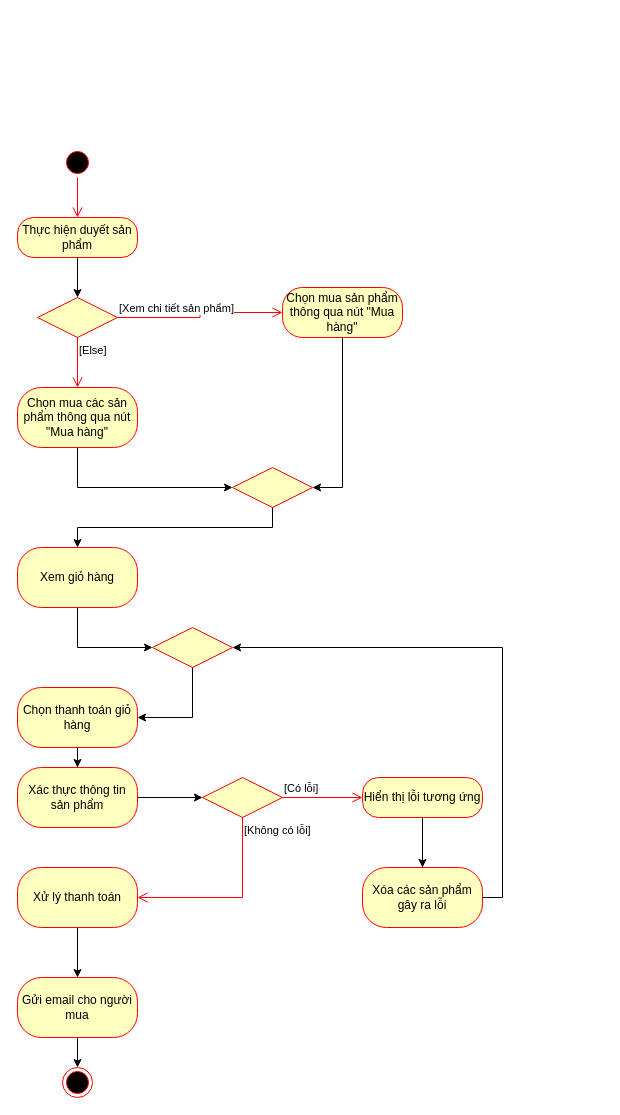
Invilesaniris/KTPM-kiem-thu--2025-2026-HKI keeps this draw.io diagram as BaiTap2/quy trinh mua hang.drawio. Above is the earlier version. Source tidied: cells renumbered, new cells numbered last; positions are measured from the earlier drawing's top-left corner, leaving out a move shared by most shapes. Both pictures are drawn from the tidied source at 100%, with x=0, y=0 at pixel (17, 147).
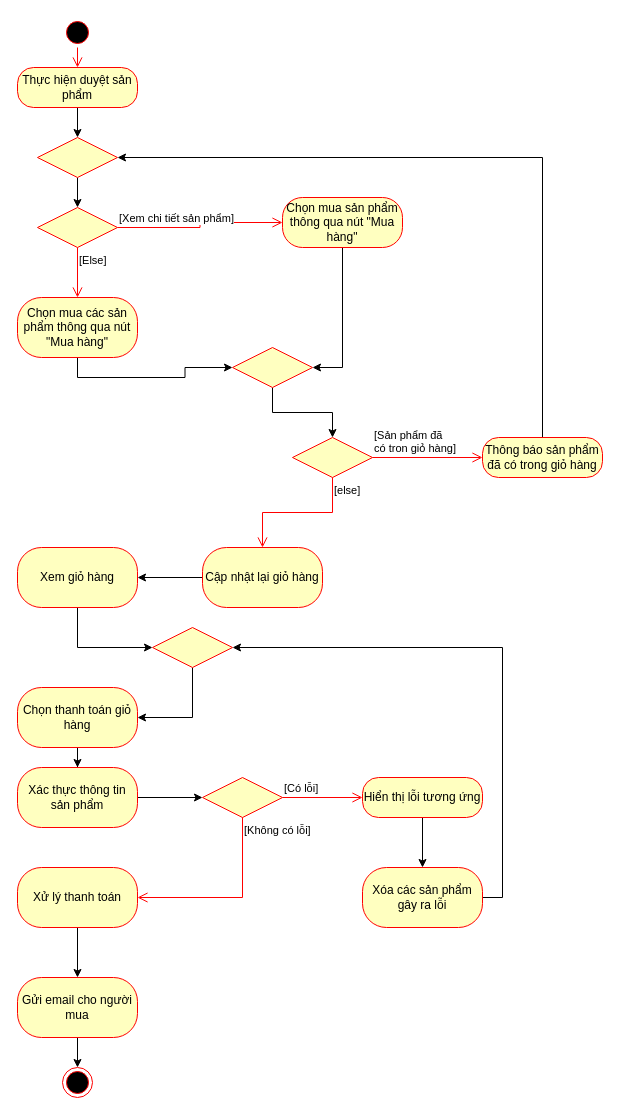
The same page after the edit.

Unchanged cells that the change refers to:
```xml
<mxCell id="9" value="Xem giỏ hàng" style="whiteSpace=wrap;html=1;fillColor=#ffffc0;strokeColor=#ff0000;fontColor=#000000;rounded=1;arcSize=40;" parent="1" vertex="1">
  <mxGeometry y="400" width="120" height="60" as="geometry" />
</mxCell>
```

The edit, as a diff of the source:
```diff
@@
     <mxCell id="2" style="ellipse;html=1;shape=startState;fillColor=#000000;strokeColor=#ff0000;" parent="1" vertex="1">
-      <mxGeometry x="45" width="30" height="30" as="geometry" />
+      <mxGeometry x="45" y="-130" width="30" height="30" as="geometry" />
     </mxCell>
@@
-    <mxCell id="4" style="edgeStyle=orthogonalEdgeStyle;rounded=0;jettySize=auto;html=1;" parent="1" edge="1" source="5" target="12">
+    <mxCell id="4" style="edgeStyle=orthogonalEdgeStyle;rounded=0;jettySize=auto;html=1;" parent="1" edge="1" source="5" target="43">
       <mxGeometry relative="1" as="geometry" />
     </mxCell>
-    <mxCell id="5" value="Thực hiện duyết sản phẩm" style="rounded=1;whiteSpace=wrap;html=1;arcSize=40;fontColor=#000000;fillColor=#ffffc0;strokeColor=#ff0000;" parent="1" vertex="1">
-      <mxGeometry y="70" width="120" height="40" as="geometry" />
+    <mxCell id="5" value="Thực hiện duyệt sản phẩm" style="rounded=1;whiteSpace=wrap;html=1;arcSize=40;fontColor=#000000;fillColor=#ffffc0;strokeColor=#ff0000;" parent="1" vertex="1">
+      <mxGeometry y="-80" width="120" height="40" as="geometry" />
     </mxCell>
@@
     <mxCell id="7" value="Chọn mua các sản phẩm thông qua nút &quot;Mua hàng&quot;" style="whiteSpace=wrap;html=1;fillColor=#ffffc0;strokeColor=#ff0000;fontColor=#000000;rounded=1;arcSize=40;" parent="1" vertex="1">
-      <mxGeometry y="240" width="120" height="60" as="geometry" />
+      <mxGeometry y="150" width="120" height="60" as="geometry" />
     </mxCell>
@@
     <mxCell id="12" style="rhombus;whiteSpace=wrap;html=1;fontColor=#000000;fillColor=#ffffc0;strokeColor=#ff0000;" parent="1" vertex="1">
-      <mxGeometry x="20" y="150" width="80" height="40" as="geometry" />
+      <mxGeometry x="20" y="60" width="80" height="40" as="geometry" />
     </mxCell>
@@
     <mxCell id="16" value="Chọn mua sản phẩm thông qua nút &quot;Mua hàng&quot;" style="rounded=1;whiteSpace=wrap;html=1;arcSize=40;fontColor=#000000;fillColor=#ffffc0;strokeColor=#ff0000;" parent="1" vertex="1">
-      <mxGeometry x="265" y="140" width="120" height="50" as="geometry" />
+      <mxGeometry x="265" y="50" width="120" height="50" as="geometry" />
     </mxCell>
-    <mxCell id="17" style="edgeStyle=orthogonalEdgeStyle;rounded=0;jettySize=auto;html=1;exitX=0.5;exitY=1;exitDx=0;exitDy=0;" parent="1" edge="1" source="18" target="9">
+    <mxCell id="17" style="edgeStyle=orthogonalEdgeStyle;rounded=0;jettySize=auto;html=1;exitX=0.5;exitY=1;exitDx=0;exitDy=0;entryX=0.5;entryY=0;entryDx=0;entryDy=0;" parent="1" edge="1" source="18" target="37">
       <mxGeometry relative="1" as="geometry" />
     </mxCell>
     <mxCell id="18" style="rhombus;whiteSpace=wrap;html=1;fontColor=#000000;fillColor=#ffffc0;strokeColor=#ff0000;" parent="1" vertex="1">
-      <mxGeometry x="215" y="320" width="80" height="40" as="geometry" />
+      <mxGeometry x="215" y="200" width="80" height="40" as="geometry" />
     </mxCell>
@@
+    <mxCell id="35" style="edgeStyle=orthogonalEdgeStyle;rounded=0;jettySize=auto;html=1;exitX=0;exitY=0.5;exitDx=0;exitDy=0;" parent="1" edge="1" source="36" target="9">
+      <mxGeometry relative="1" as="geometry" />
+    </mxCell>
+    <mxCell id="36" value="Cập nhật lại giỏ hàng" style="whiteSpace=wrap;html=1;fillColor=#ffffc0;strokeColor=#ff0000;fontColor=#000000;rounded=1;arcSize=40;" parent="1" vertex="1">
+      <mxGeometry x="185" y="400" width="120" height="60" as="geometry" />
+    </mxCell>
+    <mxCell id="37" style="rhombus;whiteSpace=wrap;html=1;fontColor=#000000;fillColor=#ffffc0;strokeColor=#ff0000;" parent="1" vertex="1">
+      <mxGeometry x="275" y="290" width="80" height="40" as="geometry" />
+    </mxCell>
+    <mxCell id="38" value="[Sản phẩm đã &lt;br&gt;có tron giỏ hàng]" style="edgeStyle=orthogonalEdgeStyle;html=1;align=left;verticalAlign=bottom;endArrow=open;endSize=8;strokeColor=#ff0000;rounded=0;" parent="1" edge="1" source="37" target="41">
+      <mxGeometry x="-1" relative="1" as="geometry" />
+    </mxCell>
+    <mxCell id="39" value="[else]" style="edgeStyle=orthogonalEdgeStyle;html=1;align=left;verticalAlign=top;endArrow=open;endSize=8;strokeColor=#ff0000;rounded=0;" parent="1" edge="1" source="37" target="36">
+      <mxGeometry x="-1" relative="1" as="geometry" />
+    </mxCell>
+    <mxCell id="40" style="edgeStyle=orthogonalEdgeStyle;rounded=0;jettySize=auto;html=1;exitX=0.5;exitY=0;exitDx=0;exitDy=0;entryX=1;entryY=0.5;entryDx=0;entryDy=0;" parent="1" edge="1" source="41" target="43">
+      <mxGeometry relative="1" as="geometry" />
+    </mxCell>
+    <mxCell id="41" value="Thông báo sản phẩm đã có trong giỏ hàng" style="rounded=1;whiteSpace=wrap;html=1;arcSize=40;fontColor=#000000;fillColor=#ffffc0;strokeColor=#ff0000;" parent="1" vertex="1">
+      <mxGeometry x="465" y="290" width="120" height="40" as="geometry" />
+    </mxCell>
+    <mxCell id="42" style="edgeStyle=orthogonalEdgeStyle;rounded=0;jettySize=auto;html=1;" parent="1" edge="1" source="43" target="12">
+      <mxGeometry relative="1" as="geometry" />
+    </mxCell>
+    <mxCell id="43" style="rhombus;whiteSpace=wrap;html=1;fontColor=#000000;fillColor=#ffffc0;strokeColor=#ff0000;" parent="1" vertex="1">
+      <mxGeometry x="20" y="-10" width="80" height="40" as="geometry" />
+    </mxCell>
```
